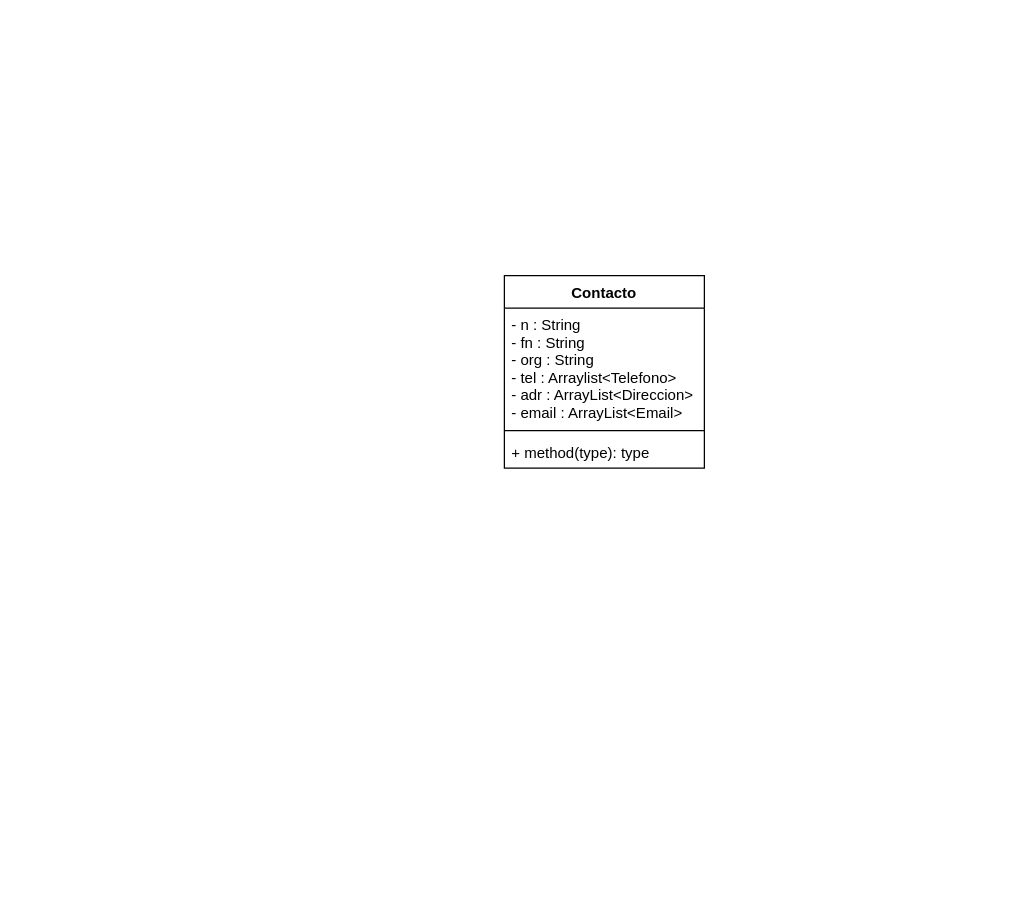
Before: diagramas/DiagramaDeClases.drawio in JuanCarlosGarciaZepeda/SmartScheduler, a draw.io diagram. Source tidied: cells renumbered, new cells numbered last; positions are measured from the earlier drawing's top-left corner, leaving out a move shared by most shapes. Both pictures are drawn from the tidied source at 125%, with x=0, y=0 at pixel (504, 275).
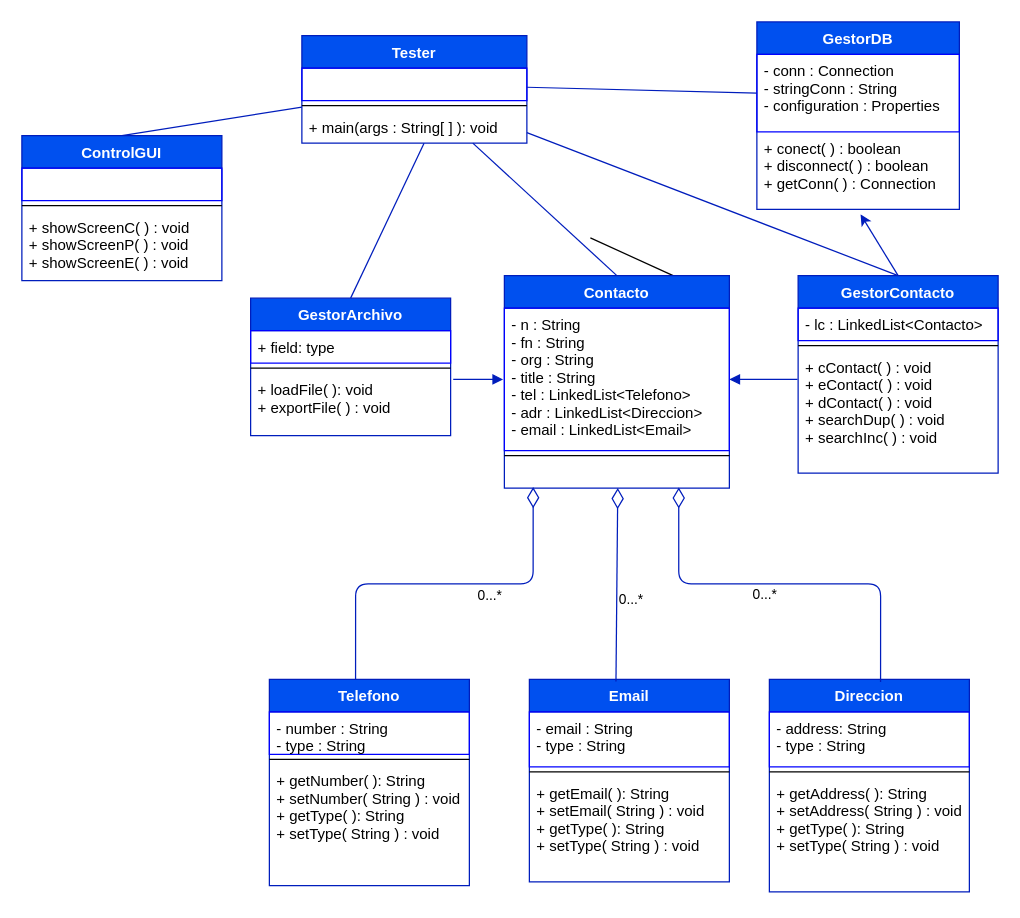
The same diagram, later.

Diff of the diagram source:
```diff
@@
-<mxGraphModel>
+<mxGraphModel background="#ffffff">
@@
+    <mxCell id="6" style="edgeStyle=none;rounded=0;jettySize=auto;html=1;exitX=0.75;exitY=0;exitDx=0;exitDy=0;endArrow=none;endFill=0;" parent="1" edge="1" source="2">
+      <mxGeometry relative="1" as="geometry">
+        <mxPoint x="68.8" y="-30.2" as="targetPoint" />
+      </mxGeometry>
+    </mxCell>
-    <mxCell id="2" value="Contacto" style="swimlane;fontStyle=1;align=center;verticalAlign=top;horizontal=1;startSize=26;" parent="1" vertex="1">
-      <mxGeometry width="160" height="154" as="geometry" />
+    <mxCell id="2" value="Contacto" style="swimlane;fontStyle=1;align=center;verticalAlign=top;horizontal=1;startSize=26;fontColor=#ffffff;fillColor=#0050ef;strokeColor=#001DBC;" parent="1" vertex="1">
+      <mxGeometry width="180" height="170" as="geometry" />
     </mxCell>
-    <mxCell id="3" value="- n : String&#10;- fn : String&#10;- org : String&#10;- tel : Arraylist&lt;Telefono&gt;&#10;- adr : ArrayList&lt;Direccion&gt;&#10;- email : ArrayList&lt;Email&gt;" style="text;strokeColor=none;fillColor=none;align=left;verticalAlign=top;spacingLeft=4;spacingRight=4;overflow=hidden;points=[[0,0.5],[1,0.5]];portConstraint=eastwest;" parent="2" vertex="1">
-      <mxGeometry y="26" width="160" height="94" as="geometry" />
+    <mxCell id="3" value="- n : String&#10;- fn : String&#10;- org : String&#10;- title : String&#10;- tel : LinkedList&lt;Telefono&gt;&#10;- adr : LinkedList&lt;Direccion&gt;&#10;- email : LinkedList&lt;Email&gt;" style="text;fillColor=none;align=left;verticalAlign=top;spacingLeft=4;spacingRight=4;overflow=hidden;points=[[0,0.5],[1,0.5]];portConstraint=eastwest;fontColor=#000000;strokeColor=#0000FF;" parent="2" vertex="1">
+      <mxGeometry y="26" width="180" height="114" as="geometry" />
     </mxCell>
-    <mxCell id="4" style="line;strokeWidth=1;fillColor=none;align=left;verticalAlign=middle;spacingTop=-1;spacingLeft=3;spacingRight=3;labelPosition=right;" parent="2" vertex="1">
-      <mxGeometry y="120" width="160" height="8" as="geometry" />
+    <mxCell id="4" style="line;strokeWidth=1;fillColor=none;align=left;verticalAlign=middle;spacingTop=-1;spacingLeft=3;spacingRight=3;labelPosition=right;fontColor=#000000;" parent="2" vertex="1">
+      <mxGeometry y="140" width="180" height="8" as="geometry" />
     </mxCell>
-    <mxCell id="5" value="+ method(type): type" style="text;strokeColor=none;fillColor=none;align=left;verticalAlign=top;spacingLeft=4;spacingRight=4;overflow=hidden;points=[[0,0.5],[1,0.5]];portConstraint=eastwest;" parent="2" vertex="1">
-      <mxGeometry y="128" width="160" height="26" as="geometry" />
+    <mxCell id="5" value=" " style="text;strokeColor=none;align=left;verticalAlign=top;spacingLeft=4;spacingRight=4;overflow=hidden;points=[[0,0.5],[1,0.5]];portConstraint=eastwest;fontColor=#000000;" parent="2" vertex="1">
+      <mxGeometry y="148" width="180" height="22" as="geometry" />
     </mxCell>
+    <mxCell id="7" value="Email" style="swimlane;fontStyle=1;align=center;verticalAlign=top;horizontal=1;startSize=26;fontColor=#ffffff;fillColor=#0050ef;strokeColor=#001DBC;" parent="1" vertex="1">
+      <mxGeometry x="20" y="323" width="160" height="162" as="geometry" />
+    </mxCell>
+    <mxCell id="8" value="- email : String&#10;- type : String" style="text;fillColor=none;align=left;verticalAlign=top;spacingLeft=4;spacingRight=4;overflow=hidden;fontColor=#000000;strokeColor=#0000FF;" parent="7" vertex="1">
+      <mxGeometry y="26" width="160" height="44" as="geometry" />
+    </mxCell>
+    <mxCell id="9" style="line;strokeWidth=1;fillColor=none;align=left;verticalAlign=middle;spacingTop=-1;spacingLeft=3;spacingRight=3;labelPosition=right;fontColor=#000000;" parent="7" vertex="1">
+      <mxGeometry y="70" width="160" height="8" as="geometry" />
+    </mxCell>
+    <mxCell id="10" value="+ getEmail( ): String&#10;+ setEmail( String ) : void&#10;+ getType( ): String&#10;+ setType( String ) : void" style="text;strokeColor=none;fillColor=none;align=left;verticalAlign=top;spacingLeft=4;spacingRight=4;overflow=hidden;fontColor=#000000;" parent="7" vertex="1">
+      <mxGeometry y="78" width="160" height="84" as="geometry" />
+    </mxCell>
+    <mxCell id="11" value="Telefono" style="swimlane;fontStyle=1;align=center;verticalAlign=top;horizontal=1;startSize=26;fontColor=#ffffff;fillColor=#0050ef;strokeColor=#001DBC;" parent="1" vertex="1">
+      <mxGeometry x="-188" y="323" width="160" height="165" as="geometry" />
+    </mxCell>
+    <mxCell id="12" value="- number : String&#10;- type : String" style="text;fillColor=none;align=left;verticalAlign=top;spacingLeft=4;spacingRight=4;overflow=hidden;fontColor=#000000;strokeColor=#0000FF;" parent="11" vertex="1">
+      <mxGeometry y="26" width="160" height="34" as="geometry" />
+    </mxCell>
+    <mxCell id="13" style="line;strokeWidth=1;fillColor=none;align=left;verticalAlign=middle;spacingTop=-1;spacingLeft=3;spacingRight=3;labelPosition=right;fontColor=#000000;" parent="11" vertex="1">
+      <mxGeometry y="60" width="160" height="8" as="geometry" />
+    </mxCell>
+    <mxCell id="14" value="+ getNumber( ): String&#10;+ setNumber( String ) : void&#10;+ getType( ): String&#10;+ setType( String ) : void" style="text;strokeColor=none;fillColor=none;align=left;verticalAlign=top;spacingLeft=4;spacingRight=4;overflow=hidden;fontColor=#000000;" parent="11" vertex="1">
+      <mxGeometry y="68" width="160" height="97" as="geometry" />
+    </mxCell>
+    <mxCell id="15" value="Direccion" style="swimlane;fontStyle=1;align=center;verticalAlign=top;horizontal=1;startSize=26;fontColor=#ffffff;fillColor=#0050ef;strokeColor=#001DBC;" parent="1" vertex="1">
+      <mxGeometry x="212" y="323" width="160" height="170" as="geometry" />
+    </mxCell>
+    <mxCell id="16" value="- address: String&#10;- type : String" style="text;fillColor=none;align=left;verticalAlign=top;spacingLeft=4;spacingRight=4;overflow=hidden;fontColor=#000000;strokeColor=#0000FF;" parent="15" vertex="1">
+      <mxGeometry y="26" width="160" height="44" as="geometry" />
+    </mxCell>
+    <mxCell id="17" style="line;strokeWidth=1;fillColor=none;align=left;verticalAlign=middle;spacingTop=-1;spacingLeft=3;spacingRight=3;labelPosition=right;fontColor=#000000;" parent="15" vertex="1">
+      <mxGeometry y="70" width="160" height="8" as="geometry" />
+    </mxCell>
+    <mxCell id="18" value="+ getAddress( ): String&#10;+ setAddress( String ) : void&#10;+ getType( ): String&#10;+ setType( String ) : void" style="text;strokeColor=none;fillColor=none;align=left;verticalAlign=top;spacingLeft=4;spacingRight=4;overflow=hidden;fontColor=#000000;" parent="15" vertex="1">
+      <mxGeometry y="78" width="160" height="92" as="geometry" />
+    </mxCell>
+    <mxCell id="19" value="GestorArchivo" style="swimlane;fontStyle=1;align=center;verticalAlign=top;horizontal=1;startSize=26;fontColor=#ffffff;fillColor=#0050ef;strokeColor=#001DBC;" parent="1" vertex="1">
+      <mxGeometry x="-203" y="18" width="160" height="110" as="geometry" />
+    </mxCell>
+    <mxCell id="20" value="+ field: type" style="text;fillColor=none;align=left;verticalAlign=top;spacingLeft=4;spacingRight=4;overflow=hidden;fontColor=#000000;strokeColor=#0000FF;" parent="19" vertex="1">
+      <mxGeometry y="26" width="160" height="26" as="geometry" />
+    </mxCell>
+    <mxCell id="21" style="line;strokeWidth=1;fillColor=none;align=left;verticalAlign=middle;spacingTop=-1;spacingLeft=3;spacingRight=3;labelPosition=right;fontColor=#000000;" parent="19" vertex="1">
+      <mxGeometry y="52" width="160" height="8" as="geometry" />
+    </mxCell>
+    <mxCell id="22" value="+ loadFile( ): void&#10;+ exportFile( ) : void" style="text;strokeColor=none;fillColor=none;align=left;verticalAlign=top;spacingLeft=4;spacingRight=4;overflow=hidden;points=[[0,0.5],[1,0.5]];portConstraint=eastwest;fontColor=#000000;" parent="19" vertex="1">
+      <mxGeometry y="60" width="160" height="50" as="geometry" />
+    </mxCell>
+    <mxCell id="23" style="edgeStyle=none;rounded=0;jettySize=auto;html=1;endArrow=none;endFill=0;fillColor=#0050ef;strokeColor=#001DBC;entryX=0.5;entryY=0;entryDx=0;entryDy=0;" parent="1" edge="1" source="27" target="31">
+      <mxGeometry relative="1" as="geometry" />
+    </mxCell>
+    <mxCell id="24" style="edgeStyle=none;rounded=0;jettySize=auto;html=1;exitX=0.543;exitY=1.005;exitDx=0;exitDy=0;entryX=0.5;entryY=0;entryDx=0;entryDy=0;endArrow=none;endFill=0;fillColor=#0050ef;strokeColor=#001DBC;exitPerimeter=0;" parent="1" edge="1" source="30" target="19">
+      <mxGeometry relative="1" as="geometry" />
+    </mxCell>
+    <mxCell id="25" style="edgeStyle=none;rounded=0;jettySize=auto;html=1;entryX=0.5;entryY=0;entryDx=0;entryDy=0;endArrow=none;endFill=0;fillColor=#0050ef;strokeColor=#001DBC;" parent="1" edge="1" source="27" target="2">
+      <mxGeometry relative="1" as="geometry" />
+    </mxCell>
+    <mxCell id="26" style="edgeStyle=none;rounded=0;jettySize=auto;html=1;entryX=0.5;entryY=0;entryDx=0;entryDy=0;endArrow=none;endFill=0;fillColor=#0050ef;strokeColor=#001DBC;" parent="1" edge="1" source="27" target="36">
+      <mxGeometry relative="1" as="geometry" />
+    </mxCell>
+    <mxCell id="27" value="Tester" style="swimlane;fontStyle=1;align=center;verticalAlign=top;horizontal=1;startSize=26;fontColor=#ffffff;labelBackgroundColor=none;fillColor=#0050ef;strokeColor=#001DBC;" parent="1" vertex="1">
+      <mxGeometry x="-162" y="-192" width="180" height="86" as="geometry" />
+    </mxCell>
+    <mxCell id="28" value=" " style="text;fillColor=none;align=left;verticalAlign=top;spacingLeft=4;spacingRight=4;overflow=hidden;points=[[0,0.5],[1,0.5]];portConstraint=eastwest;fontColor=#000000;strokeColor=#0000FF;" parent="27" vertex="1">
+      <mxGeometry y="26" width="180" height="26" as="geometry" />
+    </mxCell>
+    <mxCell id="29" style="line;strokeWidth=1;fillColor=none;align=left;verticalAlign=middle;spacingTop=-1;spacingLeft=3;spacingRight=3;labelPosition=right;fontColor=#000000;" parent="27" vertex="1">
+      <mxGeometry y="52" width="180" height="8" as="geometry" />
+    </mxCell>
+    <mxCell id="30" value="+ main(args : String[ ] ): void" style="text;strokeColor=none;fillColor=none;align=left;verticalAlign=top;spacingLeft=4;spacingRight=4;overflow=hidden;points=[[0,0.5],[1,0.5]];portConstraint=eastwest;fontColor=#000000;" parent="27" vertex="1">
+      <mxGeometry y="60" width="180" height="26" as="geometry" />
+    </mxCell>
+    <mxCell id="31" value="ControlGUI" style="swimlane;fontStyle=1;align=center;verticalAlign=top;horizontal=1;startSize=26;fontColor=#ffffff;fillColor=#0050ef;strokeColor=#001DBC;" parent="1" vertex="1">
+      <mxGeometry x="-386" y="-112" width="160" height="116" as="geometry" />
+    </mxCell>
+    <mxCell id="32" value=" " style="text;fillColor=none;align=left;verticalAlign=top;spacingLeft=4;spacingRight=4;overflow=hidden;fontColor=#000000;strokeColor=#0000FF;" parent="31" vertex="1">
+      <mxGeometry y="26" width="160" height="26" as="geometry" />
+    </mxCell>
+    <mxCell id="33" style="line;strokeWidth=1;fillColor=none;align=left;verticalAlign=middle;spacingTop=-1;spacingLeft=3;spacingRight=3;labelPosition=right;fontColor=#000000;" parent="31" vertex="1">
+      <mxGeometry y="52" width="160" height="8" as="geometry" />
+    </mxCell>
+    <mxCell id="34" value="+ showScreenC( ) : void&#10;+ showScreenP( ) : void&#10;+ showScreenE( ) : void" style="text;strokeColor=none;fillColor=none;align=left;verticalAlign=top;spacingLeft=4;spacingRight=4;overflow=hidden;fontColor=#000000;" parent="31" vertex="1">
+      <mxGeometry y="60" width="160" height="56" as="geometry" />
+    </mxCell>
+    <mxCell id="35" style="edgeStyle=none;rounded=0;jettySize=auto;html=1;fontColor=#000000;endArrow=classic;endFill=1;fillColor=#0050ef;strokeColor=#001DBC;exitX=0.5;exitY=0;exitDx=0;exitDy=0;startArrow=none;startFill=0;entryX=0.512;entryY=1.065;entryDx=0;entryDy=0;entryPerimeter=0;" parent="1" edge="1" source="36" target="47">
+      <mxGeometry relative="1" as="geometry" />
+    </mxCell>
+    <mxCell id="36" value="GestorContacto" style="swimlane;fontStyle=1;align=center;verticalAlign=top;horizontal=1;startSize=26;fontColor=#ffffff;fillColor=#0050ef;strokeColor=#001DBC;" parent="1" vertex="1">
+      <mxGeometry x="235" width="160" height="158" as="geometry" />
+    </mxCell>
+    <mxCell id="37" value="- lc : LinkedList&lt;Contacto&gt;" style="text;align=left;verticalAlign=top;spacingLeft=4;spacingRight=4;overflow=hidden;fontColor=#000000;strokeColor=#0000FF;" parent="36" vertex="1">
+      <mxGeometry y="26" width="160" height="26" as="geometry" />
+    </mxCell>
+    <mxCell id="38" style="line;strokeWidth=1;fillColor=none;align=left;verticalAlign=middle;spacingTop=-1;spacingLeft=3;spacingRight=3;labelPosition=right;fontColor=#000000;" parent="36" vertex="1">
+      <mxGeometry y="52" width="160" height="8" as="geometry" />
+    </mxCell>
+    <mxCell id="39" value="+ cContact( ) : void&#10;+ eContact( ) : void&#10;+ dContact( ) : void&#10;+ searchDup( ) : void&#10;+ searchInc( ) : void" style="text;strokeColor=none;fillColor=none;align=left;verticalAlign=top;spacingLeft=4;spacingRight=4;overflow=hidden;points=[[0,0.5],[1,0.5]];portConstraint=eastwest;fontColor=#000000;" parent="36" vertex="1">
+      <mxGeometry y="60" width="160" height="98" as="geometry" />
+    </mxCell>
+    <mxCell id="40" value="&lt;span style=&quot;background-color: rgb(255 , 255 , 255)&quot;&gt;0...*&lt;/span&gt;" style="endArrow=none;html=1;endSize=12;startArrow=diamondThin;startSize=14;startFill=0;align=left;verticalAlign=bottom;fontColor=#000000;strokeColor=#001DBC;exitX=0.128;exitY=0.962;exitDx=0;exitDy=0;exitPerimeter=0;entryX=0.431;entryY=0;entryDx=0;entryDy=0;entryPerimeter=0;edgeStyle=orthogonalEdgeStyle;endFill=0;fillColor=#0050ef;" parent="1" edge="1" source="5" target="11">
+      <mxGeometry x="-0.17" y="18" relative="1" as="geometry" />
+    </mxCell>
+    <mxCell id="41" value="&lt;span style=&quot;background-color: rgb(255 , 255 , 255)&quot;&gt;0...*&lt;/span&gt;" style="endArrow=none;html=1;endSize=12;startArrow=diamondThin;startSize=14;startFill=0;align=left;verticalAlign=bottom;fontColor=#000000;strokeColor=#001DBC;endFill=0;exitX=0.504;exitY=0.996;exitDx=0;exitDy=0;exitPerimeter=0;entryX=0.433;entryY=0.01;entryDx=0;entryDy=0;entryPerimeter=0;fillColor=#0050ef;" parent="1" edge="1" source="5" target="7">
+      <mxGeometry x="0.27" relative="1" as="geometry" />
+    </mxCell>
+    <mxCell id="42" value="&lt;span style=&quot;background-color: rgb(255 , 255 , 255)&quot;&gt;0...*&lt;/span&gt;" style="endArrow=none;html=1;endSize=12;startArrow=diamondThin;startSize=14;startFill=0;edgeStyle=orthogonalEdgeStyle;align=left;verticalAlign=bottom;fontColor=#000000;strokeColor=#001DBC;exitX=0.775;exitY=0.973;exitDx=0;exitDy=0;exitPerimeter=0;endFill=0;entryX=0.556;entryY=0.012;entryDx=0;entryDy=0;entryPerimeter=0;fillColor=#0050ef;" parent="1" edge="1" source="5" target="15">
+      <mxGeometry x="-0.15" y="-16" relative="1" as="geometry">
+        <mxPoint y="1" as="offset" />
+      </mxGeometry>
+    </mxCell>
+    <mxCell id="43" style="endArrow=none;startArrow=block;endFill=0;startFill=1;html=1;exitX=1;exitY=0.5;exitDx=0;exitDy=0;fillColor=#0050ef;strokeColor=#001DBC;entryX=-0.003;entryY=0.235;entryDx=0;entryDy=0;entryPerimeter=0;" parent="1" edge="1" source="3" target="39">
+      <mxGeometry relative="1" as="geometry" />
+    </mxCell>
+    <mxCell id="44" style="endArrow=none;startArrow=block;endFill=0;startFill=1;html=1;fillColor=#0050ef;strokeColor=#001DBC;entryX=1.013;entryY=0.1;entryDx=0;entryDy=0;entryPerimeter=0;" parent="1" edge="1" target="22">
+      <mxGeometry relative="1" as="geometry">
+        <mxPoint x="-1" y="83" as="sourcePoint" />
+      </mxGeometry>
+    </mxCell>
+    <mxCell id="45" value="GestorDB" style="swimlane;fontStyle=1;align=center;verticalAlign=top;horizontal=1;startSize=26;fillColor=#0050ef;strokeColor=#001DBC;fontColor=#ffffff;" parent="1" vertex="1">
+      <mxGeometry x="202" y="-203" width="162" height="150" as="geometry" />
+    </mxCell>
+    <mxCell id="46" value="- conn : Connection&#10;- stringConn : String&#10;- configuration : Properties" style="text;fillColor=none;align=left;verticalAlign=top;spacingLeft=4;spacingRight=4;overflow=hidden;points=[[0,0.5],[1,0.5]];portConstraint=eastwest;strokeColor=#0000FF;fontColor=#000000;" parent="45" vertex="1">
+      <mxGeometry y="26" width="162" height="62" as="geometry" />
+    </mxCell>
+    <mxCell id="47" value="+ conect( ) : boolean&#10;+ disconnect( ) : boolean&#10;+ getConn( ) : Connection" style="text;strokeColor=none;fillColor=none;align=left;verticalAlign=top;spacingLeft=4;spacingRight=4;overflow=hidden;points=[[0,0.5],[1,0.5]];portConstraint=eastwest;fontColor=#000000;" parent="45" vertex="1">
+      <mxGeometry y="88" width="162" height="62" as="geometry" />
+    </mxCell>
+    <mxCell id="48" style="edgeStyle=none;rounded=0;jettySize=auto;html=1;entryX=0;entryY=0.5;entryDx=0;entryDy=0;fontColor=#000000;endArrow=none;endFill=0;fillColor=#0050ef;strokeColor=#001DBC;" parent="1" edge="1" source="28" target="46">
+      <mxGeometry relative="1" as="geometry" />
+    </mxCell>
```
